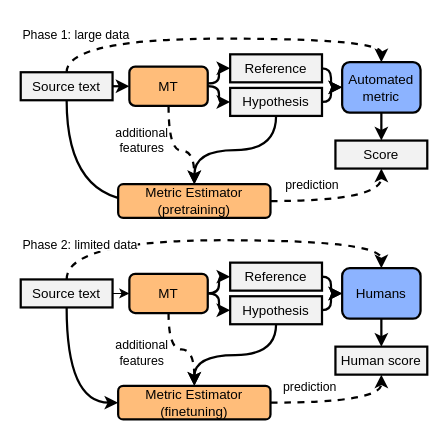
Earlier version of the draw.io diagram meta/pipeline.drawio (zouharvi/mt-metric-estimation). Source tidied: cells renumbered, new cells numbered last; positions are measured from the earlier drawing's top-left corner, leaving out a move shared by most shapes. Both pictures are drawn from the tidied source at 112%, with x=0, y=0 at pixel (20, 18).
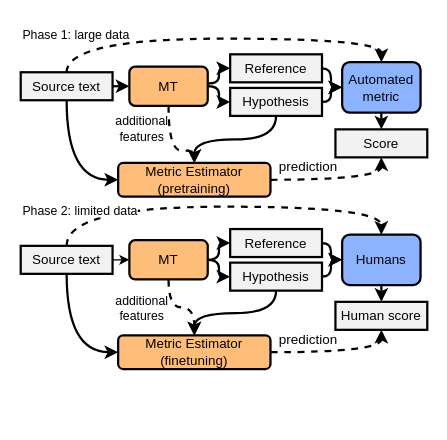
Above is the later version.

The change refers to these unchanged cells:
```xml
<mxCell id="5" value="&lt;span style=&quot;font-size: 12px;&quot;&gt;Source text&lt;/span&gt;" style="rounded=0;whiteSpace=wrap;html=1;fontSize=10.5;fillColor=#F2F2F2;strokeWidth=2;" parent="1" vertex="1">
  <mxGeometry y="48" width="82" height="25" as="geometry" />
</mxCell>
<mxCell id="6" style="edgeStyle=orthogonalEdgeStyle;curved=1;rounded=0;jettySize=auto;html=1;entryX=0.5;entryY=0;entryDx=0;entryDy=0;dashed=1;strokeWidth=2;" parent="1" edge="1" source="11" target="14">
  <mxGeometry relative="1" as="geometry">
    <Array as="points">
      <mxPoint x="132" y="118" />
      <mxPoint x="155" y="118" />
    </Array>
  </mxGeometry>
</mxCell>
```

What changed in the source:
```diff
@@
-    <mxCell id="3" style="edgeStyle=orthogonalEdgeStyle;rounded=0;jettySize=auto;html=1;entryX=0;entryY=0.5;entryDx=0;entryDy=0;curved=1;exitX=0.5;exitY=1;exitDx=0;exitDy=0;strokeWidth=2;" parent="1" edge="1" source="5">
+    <mxCell id="3" style="edgeStyle=orthogonalEdgeStyle;rounded=0;jettySize=auto;html=1;entryX=0;entryY=0.5;entryDx=0;entryDy=0;curved=1;exitX=0.5;exitY=1;exitDx=0;exitDy=0;strokeWidth=2;" parent="1" edge="1" source="5" target="14">
       <mxGeometry relative="1" as="geometry">
-        <mxPoint x="117" y="163" as="targetPoint" />
         <Array as="points">
-          <mxPoint x="41" y="163" />
+          <mxPoint x="41" y="144" />
         </Array>
       </mxGeometry>
     </mxCell>
@@
     <mxCell id="7" value="additional&lt;br&gt;features" style="edgeLabel;html=1;align=center;verticalAlign=middle;" parent="6" vertex="1">
       <mxGeometry x="0.21" y="-5" relative="1" as="geometry">
-        <mxPoint x="-41" y="-15" as="offset" />
+        <mxPoint x="-30" y="-25" as="offset" />
       </mxGeometry>
     </mxCell>
     <mxCell id="8" value="additional&lt;br&gt;features" style="edgeLabel;html=1;align=center;verticalAlign=middle;" parent="6" vertex="1">
       <mxGeometry x="0.21" y="-5" relative="1" as="geometry">
-        <mxPoint x="-41" y="175" as="offset" />
+        <mxPoint x="-30" y="135" as="offset" />
       </mxGeometry>
     </mxCell>
@@
-    <mxCell id="12" style="edgeStyle=orthogonalEdgeStyle;curved=1;rounded=0;jettySize=auto;html=1;entryX=0.5;entryY=1;entryDx=0;entryDy=0;dashed=1;strokeWidth=2;" parent="1" edge="1" source="14" target="22">
+    <mxCell id="12" style="edgeStyle=orthogonalEdgeStyle;rounded=0;jettySize=auto;html=1;entryX=0.5;entryY=1;entryDx=0;entryDy=0;curved=1;strokeWidth=2;dashed=1;" parent="1" edge="1" source="14" target="22">
       <mxGeometry relative="1" as="geometry" />
     </mxCell>
-    <mxCell id="13" value="prediction" style="edgeLabel;html=1;align=center;verticalAlign=middle;" parent="12" vertex="1">
-      <mxGeometry x="0.07" y="25" relative="1" as="geometry">
-        <mxPoint x="-32" y="10" as="offset" />
-      </mxGeometry>
-    </mxCell>
     <mxCell id="14" value="Metric Estimator&lt;br&gt;(pretraining)" style="rounded=1;whiteSpace=wrap;html=1;fillColor=#FFBD7A;strokeWidth=2;" parent="1" vertex="1">
-      <mxGeometry x="87" y="148" width="136" height="30" as="geometry" />
+      <mxGeometry x="87" y="129" width="136" height="30" as="geometry" />
     </mxCell>
@@
     <mxCell id="22" value="&lt;span style=&quot;font-size: 12px;&quot;&gt;Score&lt;/span&gt;" style="rounded=0;whiteSpace=wrap;html=1;fontSize=10.5;fillColor=#F2F2F2;strokeWidth=2;" parent="1" vertex="1">
-      <mxGeometry x="281" y="109" width="82" height="25" as="geometry" />
+      <mxGeometry x="281" y="99" width="82" height="25" as="geometry" />
     </mxCell>
-    <mxCell id="23" style="edgeStyle=orthogonalEdgeStyle;curved=1;rounded=0;jettySize=auto;html=1;dashed=1;strokeWidth=2;" parent="1" edge="1" source="25" target="37">
+    <mxCell id="23" style="edgeStyle=orthogonalEdgeStyle;rounded=0;jettySize=auto;html=1;entryX=0.5;entryY=1;entryDx=0;entryDy=0;curved=1;strokeWidth=2;dashed=1;" parent="1" edge="1" source="25" target="37">
       <mxGeometry relative="1" as="geometry" />
     </mxCell>
-    <mxCell id="24" value="prediction" style="edgeLabel;html=1;align=center;verticalAlign=middle;" parent="23" vertex="1">
-      <mxGeometry x="0.13" y="29" relative="1" as="geometry">
-        <mxPoint x="-36" y="14" as="offset" />
-      </mxGeometry>
-    </mxCell>
     <mxCell id="25" value="Metric Estimator&lt;br&gt;(finetuning)" style="rounded=1;whiteSpace=wrap;html=1;fillColor=#FFBD7A;strokeWidth=2;" parent="1" vertex="1">
-      <mxGeometry x="87" y="328" width="136" height="30" as="geometry" />
+      <mxGeometry x="87" y="283" width="136" height="30" as="geometry" />
     </mxCell>
     <mxCell id="26" style="edgeStyle=orthogonalEdgeStyle;curved=1;rounded=0;jettySize=auto;html=1;entryX=0;entryY=0.5;entryDx=0;entryDy=0;strokeWidth=2;" parent="1" edge="1" source="27" target="36">
       <mxGeometry relative="1" as="geometry">
         <Array as="points">
-          <mxPoint x="277" y="231" />
-          <mxPoint x="277" y="246" />
+          <mxPoint x="277" y="201" />
+          <mxPoint x="277" y="216" />
         </Array>
       </mxGeometry>
     </mxCell>
     <mxCell id="27" value="&lt;span style=&quot;font-size: 12px;&quot;&gt;Reference&lt;/span&gt;" style="rounded=0;whiteSpace=wrap;html=1;fontSize=10.5;fillColor=#F2F2F2;strokeWidth=2;" parent="1" vertex="1">
-      <mxGeometry x="187" y="218" width="82" height="25" as="geometry" />
+      <mxGeometry x="187" y="188" width="82" height="25" as="geometry" />
     </mxCell>
@@
     <mxCell id="29" style="edgeStyle=orthogonalEdgeStyle;curved=1;rounded=0;jettySize=auto;html=1;entryX=0;entryY=0.5;entryDx=0;entryDy=0;strokeWidth=2;" parent="1" edge="1" source="30" target="36">
       <mxGeometry relative="1" as="geometry">
         <Array as="points">
-          <mxPoint x="277" y="261" />
-          <mxPoint x="277" y="246" />
+          <mxPoint x="277" y="231" />
+          <mxPoint x="277" y="216" />
         </Array>
       </mxGeometry>
     </mxCell>
     <mxCell id="30" value="&lt;span style=&quot;font-size: 12px;&quot;&gt;Hypothesis&lt;/span&gt;" style="rounded=0;whiteSpace=wrap;html=1;fontSize=10.5;fillColor=#F2F2F2;strokeWidth=2;" parent="1" vertex="1">
-      <mxGeometry x="187" y="248" width="82" height="25" as="geometry" />
+      <mxGeometry x="187" y="218" width="82" height="25" as="geometry" />
     </mxCell>
     <mxCell id="31" style="edgeStyle=orthogonalEdgeStyle;curved=1;rounded=0;jettySize=auto;html=1;entryX=0;entryY=0.5;entryDx=0;entryDy=0;exitX=0.5;exitY=1;exitDx=0;exitDy=0;strokeWidth=2;" parent="1" edge="1" source="34" target="25">
       <mxGeometry relative="1" as="geometry">
         <Array as="points">
-          <mxPoint x="41" y="343" />
+          <mxPoint x="41" y="298" />
         </Array>
       </mxGeometry>
     </mxCell>
@@
     <mxCell id="33" style="edgeStyle=orthogonalEdgeStyle;curved=1;rounded=0;jettySize=auto;html=1;entryX=0.5;entryY=0;entryDx=0;entryDy=0;dashed=1;strokeWidth=2;" parent="1" edge="1" source="34" target="36">
       <mxGeometry relative="1" as="geometry">
         <Array as="points">
-          <mxPoint x="41" y="198" />
-          <mxPoint x="322" y="198" />
+          <mxPoint x="41" y="168" />
+          <mxPoint x="322" y="168" />
         </Array>
       </mxGeometry>
     </mxCell>
     <mxCell id="34" value="&lt;span style=&quot;font-size: 12px;&quot;&gt;Source text&lt;/span&gt;" style="rounded=0;whiteSpace=wrap;html=1;fontSize=10.5;fillColor=#F2F2F2;strokeWidth=2;" parent="1" vertex="1">
-      <mxGeometry y="233" width="82" height="25" as="geometry" />
+      <mxGeometry y="203" width="82" height="25" as="geometry" />
     </mxCell>
@@
     <mxCell id="36" value="Humans" style="rounded=1;whiteSpace=wrap;html=1;fillColor=#8CB3FF;strokeWidth=2;" parent="1" vertex="1">
-      <mxGeometry x="287" y="223" width="70" height="45" as="geometry" />
+      <mxGeometry x="287" y="193" width="70" height="45" as="geometry" />
     </mxCell>
     <mxCell id="37" value="&lt;span style=&quot;font-size: 12px;&quot;&gt;Human score&lt;/span&gt;" style="rounded=0;whiteSpace=wrap;html=1;fontSize=10.5;fillColor=#F2F2F2;strokeWidth=2;" parent="1" vertex="1">
-      <mxGeometry x="281" y="293" width="82" height="25" as="geometry" />
+      <mxGeometry x="281" y="253" width="82" height="25" as="geometry" />
     </mxCell>
@@
     <mxCell id="39" style="edgeStyle=orthogonalEdgeStyle;curved=1;rounded=0;jettySize=auto;html=1;entryX=0;entryY=0.5;entryDx=0;entryDy=0;strokeWidth=2;" parent="1" edge="1" source="41" target="30">
       <mxGeometry relative="1" as="geometry">
         <Array as="points">
-          <mxPoint x="177" y="246" />
-          <mxPoint x="177" y="261" />
+          <mxPoint x="177" y="216" />
+          <mxPoint x="177" y="231" />
         </Array>
       </mxGeometry>
     </mxCell>
     <mxCell id="40" style="edgeStyle=orthogonalEdgeStyle;curved=1;rounded=0;jettySize=auto;html=1;entryX=0;entryY=0.5;entryDx=0;entryDy=0;strokeWidth=2;" parent="1" edge="1" source="41" target="27">
       <mxGeometry relative="1" as="geometry">
         <Array as="points">
-          <mxPoint x="177" y="246" />
-          <mxPoint x="177" y="231" />
+          <mxPoint x="177" y="216" />
+          <mxPoint x="177" y="201" />
         </Array>
       </mxGeometry>
     </mxCell>
     <mxCell id="41" value="MT" style="rounded=1;whiteSpace=wrap;html=1;fillColor=#FFBD7A;strokeWidth=2;" parent="1" vertex="1">
-      <mxGeometry x="97" y="228" width="70" height="35" as="geometry" />
+      <mxGeometry x="97" y="198" width="70" height="35" as="geometry" />
     </mxCell>
     <mxCell id="42" value="&lt;span style=&quot;color: rgb(0, 0, 0); font-family: Helvetica; font-size: 11px; font-style: normal; font-variant-ligatures: normal; font-variant-caps: normal; font-weight: 400; letter-spacing: normal; orphans: 2; text-align: left; text-indent: 0px; text-transform: none; widows: 2; word-spacing: 0px; -webkit-text-stroke-width: 0px; background-color: rgb(255, 255, 255); text-decoration-thickness: initial; text-decoration-style: initial; text-decoration-color: initial; float: none; display: inline !important;&quot;&gt;Phase 2: limited data&lt;/span&gt;" style="text;whiteSpace=wrap;html=1;" parent="1" vertex="1">
-      <mxGeometry y="188" width="140" height="20" as="geometry" />
+      <mxGeometry y="158" width="140" height="20" as="geometry" />
     </mxCell>
@@
+    <mxCell id="44" value="prediction" style="text;html=1;strokeColor=none;fillColor=none;align=center;verticalAlign=middle;whiteSpace=wrap;rounded=0;" parent="1" vertex="1">
+      <mxGeometry x="227" y="272" width="60" height="30" as="geometry" />
+    </mxCell>
+    <mxCell id="45" value="prediction" style="text;html=1;strokeColor=none;fillColor=none;align=center;verticalAlign=middle;whiteSpace=wrap;rounded=0;" parent="1" vertex="1">
+      <mxGeometry x="227" y="118" width="60" height="30" as="geometry" />
+    </mxCell>
```
